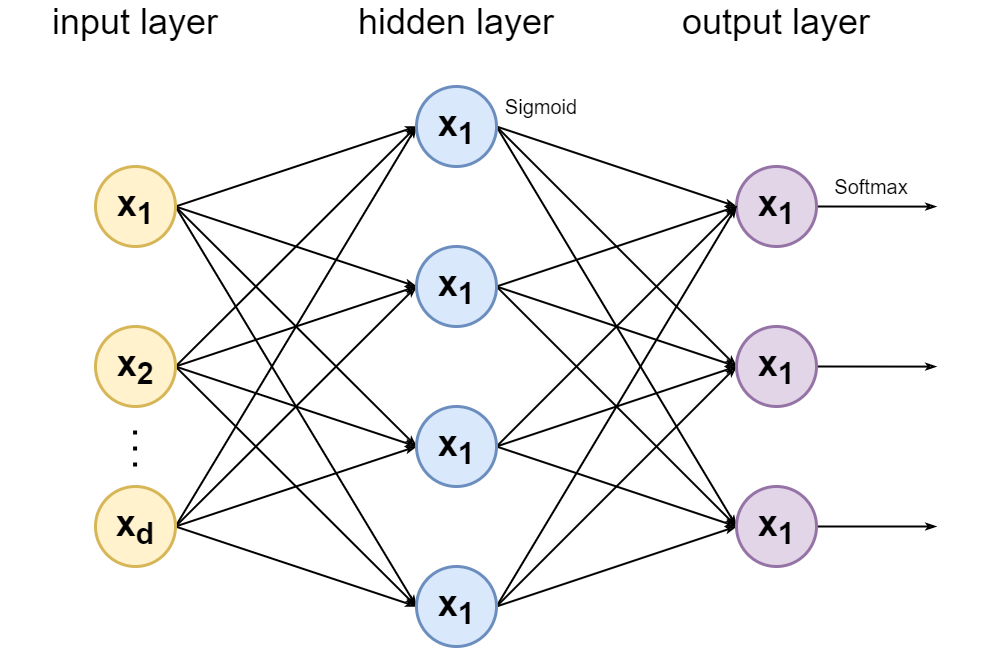
The draw.io diagram BP.drawio.png in AAAAAAAyq/Personal-Studying, before a commit. Source tidied: cells renumbered, new cells last; positions are measured from the earlier drawing's top-left corner, leaving out a move shared by most shapes.
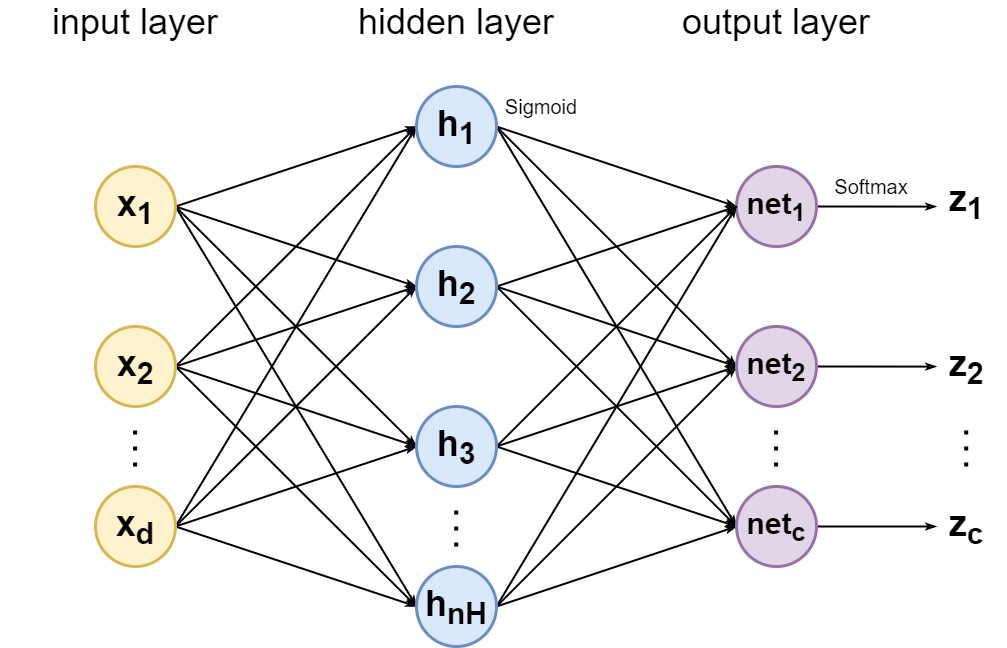
After the commit.

What changed in the source:
```diff
@@ -64,7 +64,7 @@
     <mxCell id="20" style="edgeStyle=none;rounded=0;jettySize=auto;html=1;exitX=1;exitY=0.5;exitDx=0;exitDy=0;entryX=0;entryY=0.5;entryDx=0;entryDy=0;fontSize=36;endArrow=classicThin;endFill=0;endSize=5;strokeWidth=2;" parent="1" edge="1" source="21" target="42">
       <mxGeometry relative="1" as="geometry" />
     </mxCell>
-    <mxCell id="21" value="&lt;font style=&quot;font-size: 36px&quot;&gt;&lt;b&gt;x&lt;sub&gt;1&lt;/sub&gt;&lt;/b&gt;&lt;/font&gt;" style="ellipse;whiteSpace=wrap;html=1;fillColor=#dae8fc;strokeColor=#6c8ebf;strokeWidth=3;" parent="1" vertex="1">
+    <mxCell id="21" value="&lt;font style=&quot;font-size: 36px&quot;&gt;&lt;b&gt;h&lt;sub&gt;1&lt;/sub&gt;&lt;/b&gt;&lt;/font&gt;" style="ellipse;whiteSpace=wrap;html=1;fillColor=#dae8fc;strokeColor=#6c8ebf;strokeWidth=3;" parent="1" vertex="1">
       <mxGeometry x="416" y="80" width="80" height="80" as="geometry" />
     </mxCell>
     <mxCell id="22" style="edgeStyle=none;rounded=0;jettySize=auto;html=1;exitX=1;exitY=0.5;exitDx=0;exitDy=0;fontSize=36;endArrow=classicThin;endFill=0;endSize=5;strokeWidth=2;" parent="1" edge="1" source="23">
@@ -72,7 +72,7 @@
         <mxPoint x="936" y="200.1" as="targetPoint" />
       </mxGeometry>
     </mxCell>
-    <mxCell id="23" value="&lt;font style=&quot;font-size: 36px&quot;&gt;&lt;b&gt;x&lt;sub&gt;1&lt;/sub&gt;&lt;/b&gt;&lt;/font&gt;" style="ellipse;whiteSpace=wrap;html=1;fillColor=#e1d5e7;strokeColor=#9673a6;strokeWidth=3;" parent="1" vertex="1">
+    <mxCell id="23" value="&lt;font style=&quot;font-size: 30px&quot;&gt;&lt;b&gt;net&lt;sub&gt;1&lt;/sub&gt;&lt;/b&gt;&lt;/font&gt;" style="ellipse;whiteSpace=wrap;html=1;fillColor=#e1d5e7;strokeColor=#9673a6;strokeWidth=3;" parent="1" vertex="1">
       <mxGeometry x="736" y="160" width="80" height="80" as="geometry" />
     </mxCell>
     <mxCell id="24" style="edgeStyle=none;rounded=0;jettySize=auto;html=1;exitX=1;exitY=0.5;exitDx=0;exitDy=0;fontSize=36;endArrow=classicThin;endFill=0;endSize=5;strokeWidth=2;" parent="1" edge="1" source="27">
@@ -86,7 +86,7 @@
     <mxCell id="26" style="edgeStyle=none;rounded=0;jettySize=auto;html=1;exitX=1;exitY=0.5;exitDx=0;exitDy=0;entryX=0;entryY=0.5;entryDx=0;entryDy=0;fontSize=36;endArrow=classicThin;endFill=0;endSize=5;strokeWidth=2;" parent="1" edge="1" source="27" target="42">
       <mxGeometry relative="1" as="geometry" />
     </mxCell>
-    <mxCell id="27" value="&lt;font style=&quot;font-size: 36px&quot;&gt;&lt;b&gt;x&lt;sub&gt;1&lt;/sub&gt;&lt;/b&gt;&lt;/font&gt;" style="ellipse;whiteSpace=wrap;html=1;fillColor=#dae8fc;strokeColor=#6c8ebf;strokeWidth=3;" parent="1" vertex="1">
+    <mxCell id="27" value="&lt;font style=&quot;font-size: 36px&quot;&gt;&lt;b&gt;h&lt;sub&gt;2&lt;/sub&gt;&lt;/b&gt;&lt;/font&gt;" style="ellipse;whiteSpace=wrap;html=1;fillColor=#dae8fc;strokeColor=#6c8ebf;strokeWidth=3;" parent="1" vertex="1">
       <mxGeometry x="416" y="240" width="80" height="80" as="geometry" />
     </mxCell>
     <mxCell id="28" style="edgeStyle=none;rounded=0;jettySize=auto;html=1;exitX=1;exitY=0.5;exitDx=0;exitDy=0;entryX=0;entryY=0.5;entryDx=0;entryDy=0;fontSize=36;endArrow=classicThin;endFill=0;endSize=5;strokeWidth=2;" parent="1" edge="1" source="31" target="23">
@@ -98,7 +98,7 @@
     <mxCell id="30" style="edgeStyle=none;rounded=0;jettySize=auto;html=1;exitX=1;exitY=0.5;exitDx=0;exitDy=0;entryX=0;entryY=0.5;entryDx=0;entryDy=0;fontSize=36;endArrow=classicThin;endFill=0;endSize=5;strokeWidth=2;" parent="1" edge="1" source="31" target="42">
       <mxGeometry relative="1" as="geometry" />
     </mxCell>
-    <mxCell id="31" value="&lt;font style=&quot;font-size: 36px&quot;&gt;&lt;b&gt;x&lt;sub&gt;1&lt;/sub&gt;&lt;/b&gt;&lt;/font&gt;" style="ellipse;whiteSpace=wrap;html=1;fillColor=#dae8fc;strokeColor=#6c8ebf;strokeWidth=3;" parent="1" vertex="1">
+    <mxCell id="31" value="&lt;font style=&quot;font-size: 36px&quot;&gt;&lt;b&gt;h&lt;sub&gt;3&lt;/sub&gt;&lt;/b&gt;&lt;/font&gt;" style="ellipse;whiteSpace=wrap;html=1;fillColor=#dae8fc;strokeColor=#6c8ebf;strokeWidth=3;" parent="1" vertex="1">
       <mxGeometry x="416" y="400" width="80" height="80" as="geometry" />
     </mxCell>
     <mxCell id="32" style="edgeStyle=none;rounded=0;jettySize=auto;html=1;exitX=1;exitY=0.5;exitDx=0;exitDy=0;fontSize=36;endArrow=classicThin;endFill=0;endSize=5;strokeWidth=2;" parent="1" edge="1" source="35">
@@ -114,7 +114,7 @@
         <mxPoint x="736" y="520" as="targetPoint" />
       </mxGeometry>
     </mxCell>
-    <mxCell id="35" value="&lt;font style=&quot;font-size: 36px&quot;&gt;&lt;b&gt;x&lt;sub&gt;1&lt;/sub&gt;&lt;/b&gt;&lt;/font&gt;" style="ellipse;whiteSpace=wrap;html=1;fillColor=#dae8fc;strokeColor=#6c8ebf;strokeWidth=3;" parent="1" vertex="1">
+    <mxCell id="35" value="&lt;font style=&quot;font-size: 36px&quot;&gt;&lt;b&gt;h&lt;sub&gt;nH&lt;/sub&gt;&lt;/b&gt;&lt;/font&gt;" style="ellipse;whiteSpace=wrap;html=1;fillColor=#dae8fc;strokeColor=#6c8ebf;strokeWidth=3;" parent="1" vertex="1">
       <mxGeometry x="416" y="560" width="80" height="80" as="geometry" />
     </mxCell>
     <mxCell id="36" value="input layer" style="text;html=1;strokeColor=none;fillColor=none;align=center;verticalAlign=middle;whiteSpace=wrap;rounded=0;fontSize=36;" parent="1" vertex="1">
@@ -131,7 +131,7 @@
         <mxPoint x="936" y="360.1" as="targetPoint" />
       </mxGeometry>
     </mxCell>
-    <mxCell id="40" value="&lt;font style=&quot;font-size: 36px&quot;&gt;&lt;b&gt;x&lt;sub&gt;1&lt;/sub&gt;&lt;/b&gt;&lt;/font&gt;" style="ellipse;whiteSpace=wrap;html=1;fillColor=#e1d5e7;strokeColor=#9673a6;strokeWidth=3;" parent="1" vertex="1">
+    <mxCell id="40" value="&lt;b style=&quot;font-size: 30px&quot;&gt;net&lt;sub&gt;2&lt;/sub&gt;&lt;/b&gt;" style="ellipse;whiteSpace=wrap;html=1;fillColor=#e1d5e7;strokeColor=#9673a6;strokeWidth=3;" parent="1" vertex="1">
       <mxGeometry x="736" y="320" width="80" height="80" as="geometry" />
     </mxCell>
     <mxCell id="41" style="edgeStyle=none;rounded=0;jettySize=auto;html=1;fontSize=36;endArrow=classicThin;endFill=0;endSize=5;strokeWidth=2;" parent="1" edge="1" source="42">
@@ -139,7 +139,7 @@
         <mxPoint x="936" y="520" as="targetPoint" />
       </mxGeometry>
     </mxCell>
-    <mxCell id="42" value="&lt;font style=&quot;font-size: 36px&quot;&gt;&lt;b&gt;x&lt;sub&gt;1&lt;/sub&gt;&lt;/b&gt;&lt;/font&gt;" style="ellipse;whiteSpace=wrap;html=1;fillColor=#e1d5e7;strokeColor=#9673a6;strokeWidth=3;" parent="1" vertex="1">
+    <mxCell id="42" value="&lt;b style=&quot;font-size: 30px&quot;&gt;net&lt;sub&gt;c&lt;/sub&gt;&lt;/b&gt;" style="ellipse;whiteSpace=wrap;html=1;fillColor=#e1d5e7;strokeColor=#9673a6;strokeWidth=3;" parent="1" vertex="1">
       <mxGeometry x="736" y="480" width="80" height="80" as="geometry" />
     </mxCell>
     <mxCell id="43" value="&lt;font style=&quot;font-size: 20px&quot;&gt;Sigmoid&lt;/font&gt;" style="text;html=1;strokeColor=none;fillColor=none;align=center;verticalAlign=middle;whiteSpace=wrap;rounded=0;fontSize=36;" parent="1" vertex="1">
@@ -148,5 +148,32 @@
     <mxCell id="44" value="&lt;font style=&quot;font-size: 20px&quot;&gt;Softmax&lt;/font&gt;" style="text;html=1;strokeColor=none;fillColor=none;align=center;verticalAlign=middle;whiteSpace=wrap;rounded=0;fontSize=36;" parent="1" vertex="1">
       <mxGeometry x="736" y="160" width="270" height="30" as="geometry" />
     </mxCell>
+    <mxCell id="45" style="endArrow=none;dashed=1;html=1;dashPattern=1 3;strokeWidth=4;rounded=0;fontSize=36;endSize=5;" parent="1" edge="1">
+      <mxGeometry relative="1" as="geometry">
+        <mxPoint x="775.6" y="460" as="sourcePoint" />
+        <mxPoint x="775.6" y="420" as="targetPoint" />
+      </mxGeometry>
+    </mxCell>
+    <mxCell id="46" value="&lt;font style=&quot;font-size: 36px&quot;&gt;&lt;b&gt;z&lt;sub&gt;1&lt;/sub&gt;&lt;/b&gt;&lt;/font&gt;" style="text;html=1;strokeColor=none;fillColor=none;align=center;verticalAlign=middle;whiteSpace=wrap;rounded=0;fontSize=36;" parent="1" vertex="1">
+      <mxGeometry x="936" y="180" width="60" height="30" as="geometry" />
+    </mxCell>
+    <mxCell id="47" value="&lt;font style=&quot;font-size: 36px&quot;&gt;&lt;b&gt;z&lt;sub&gt;2&lt;/sub&gt;&lt;/b&gt;&lt;/font&gt;" style="text;html=1;strokeColor=none;fillColor=none;align=center;verticalAlign=middle;whiteSpace=wrap;rounded=0;fontSize=36;" parent="1" vertex="1">
+      <mxGeometry x="936" y="345" width="60" height="30" as="geometry" />
+    </mxCell>
+    <mxCell id="48" value="&lt;font style=&quot;font-size: 36px&quot;&gt;&lt;b&gt;z&lt;sub&gt;c&lt;/sub&gt;&lt;/b&gt;&lt;/font&gt;" style="text;html=1;strokeColor=none;fillColor=none;align=center;verticalAlign=middle;whiteSpace=wrap;rounded=0;fontSize=36;" parent="1" vertex="1">
+      <mxGeometry x="936" y="505" width="60" height="30" as="geometry" />
+    </mxCell>
+    <mxCell id="49" style="endArrow=none;dashed=1;html=1;dashPattern=1 3;strokeWidth=4;rounded=0;fontSize=36;endSize=5;" parent="1" edge="1">
+      <mxGeometry relative="1" as="geometry">
+        <mxPoint x="965.7" y="460" as="sourcePoint" />
+        <mxPoint x="965.7" y="420" as="targetPoint" />
+      </mxGeometry>
+    </mxCell>
+    <mxCell id="50" style="endArrow=none;dashed=1;html=1;dashPattern=1 3;strokeWidth=4;rounded=0;fontSize=36;endSize=5;" parent="1" edge="1">
+      <mxGeometry relative="1" as="geometry">
+        <mxPoint x="455.7" y="540" as="sourcePoint" />
+        <mxPoint x="455.7" y="500" as="targetPoint" />
+      </mxGeometry>
+    </mxCell>
   </root>
 </mxGraphModel>
```
